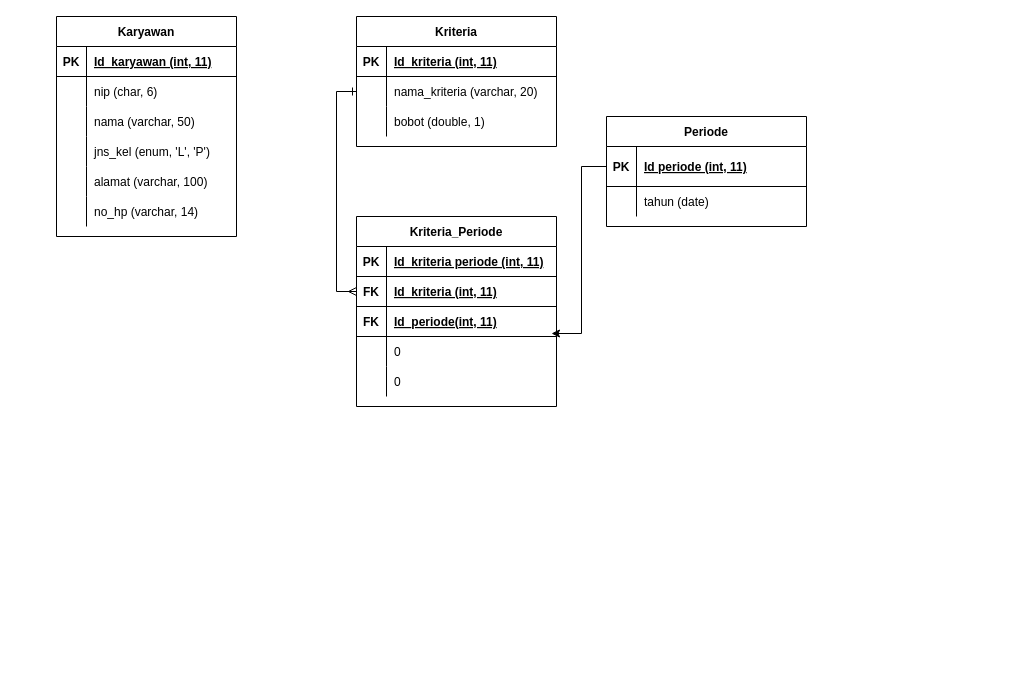
Before: page "Relasi Tabel" (5 of 5) of 19.230.0038 -Digna Amalia P.drawio in AmaliaP123/spk-saw, a draw.io diagram. Source tidied: cells renumbered, new cells numbered last; positions are measured from the earlier drawing's top-left corner, leaving out a move shared by most shapes. Both pictures are drawn from the tidied source at 100%, with x=0, y=0 at pixel (56, 16).
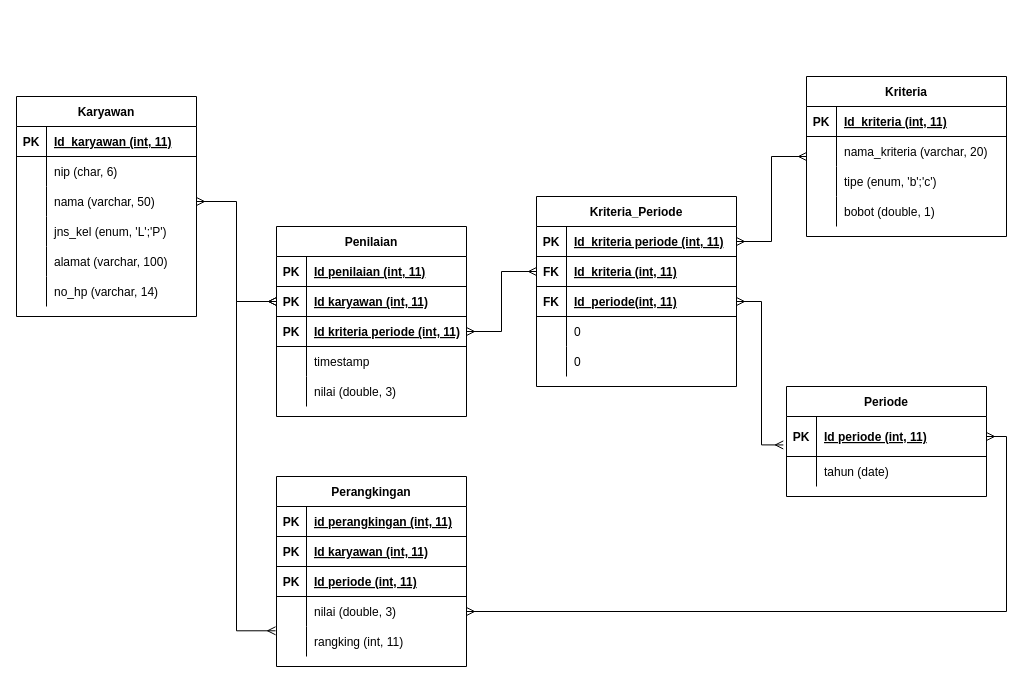
The same diagram, later.

The change refers to these unchanged cells:
```xml
<mxCell id="9" style="shape=partialRectangle;fillColor=none;top=0;left=0;bottom=0;right=0;points=[[0,0.5],[1,0.5]];portConstraint=eastwest;" parent="2" vertex="1">
  <mxGeometry y="90" width="180" height="30" as="geometry" />
</mxCell>
<mxCell id="12" style="shape=partialRectangle;fillColor=none;top=0;left=0;bottom=0;right=0;" parent="2" vertex="1">
  <mxGeometry y="120" width="180" height="30" as="geometry" />
</mxCell>
<mxCell id="32" style="shape=partialRectangle;fillColor=none;top=0;left=0;bottom=1;right=0;points=[[0,0.5],[1,0.5]];portConstraint=eastwest;" parent="31" vertex="1">
  <mxGeometry y="30" width="200" height="40" as="geometry" />
</mxCell>
<mxCell id="39" style="shape=partialRectangle;fillColor=none;top=0;left=0;bottom=1;right=0;points=[[0,0.5],[1,0.5]];portConstraint=eastwest;" parent="38" vertex="1">
  <mxGeometry y="30" width="200" height="30" as="geometry" />
</mxCell>
<mxCell id="42" style="shape=partialRectangle;fillColor=none;top=0;left=0;bottom=1;right=0;points=[[0,0.5],[1,0.5]];portConstraint=eastwest;" parent="38" vertex="1">
  <mxGeometry y="60" width="200" height="30" as="geometry" />
</mxCell>
<mxCell id="45" style="shape=partialRectangle;fillColor=none;top=0;left=0;bottom=1;right=0;points=[[0,0.5],[1,0.5]];portConstraint=eastwest;" parent="38" vertex="1">
  <mxGeometry y="90" width="200" height="30" as="geometry" />
</mxCell>
<mxCell id="48" style="shape=partialRectangle;fillColor=none;top=0;left=0;bottom=0;right=0;points=[[0,0.5],[1,0.5]];portConstraint=eastwest;" parent="38" vertex="1">
  <mxGeometry y="120" width="200" height="30" as="geometry" />
</mxCell>
```

The edit, as a diff of the source:
```diff
@@
     <mxCell id="2" value="Karyawan" style="shape=table;startSize=30;childLayout=tableLayout;rowLines=0;fontStyle=1;align=center;" parent="1" vertex="1">
-      <mxGeometry width="180" height="220" as="geometry" />
+      <mxGeometry x="-40" y="80" width="180" height="220" as="geometry" />
     </mxCell>
@@
-    <mxCell id="14" value="jns_kel (enum, 'L', 'P')" style="shape=partialRectangle;fillColor=none;top=0;left=0;bottom=0;right=0;align=left;spacingLeft=6;overflow=hidden;" parent="12" vertex="1">
+    <mxCell id="14" value="jns_kel (enum, 'L';'P')" style="shape=partialRectangle;fillColor=none;top=0;left=0;bottom=0;right=0;align=left;spacingLeft=6;overflow=hidden;" parent="12" vertex="1">
       <mxGeometry x="30" width="150" height="30" as="geometry" />
     </mxCell>
@@
+    <mxCell id="56" style="edgeStyle=orthogonalEdgeStyle;rounded=0;jettySize=auto;html=1;entryX=1;entryY=0.5;entryDx=0;entryDy=0;startArrow=ERmany;startFill=0;endArrow=ERmany;endFill=0;" parent="1" edge="1" source="21" target="39">
+      <mxGeometry relative="1" as="geometry" />
+    </mxCell>
     <mxCell id="21" value="Kriteria" style="shape=table;startSize=30;childLayout=tableLayout;rowLines=0;fontStyle=1;align=center;" parent="1" vertex="1">
-      <mxGeometry x="300" width="200" height="130" as="geometry" />
+      <mxGeometry x="750" y="60" width="200" height="160" as="geometry" />
     </mxCell>
@@
+    <mxCell id="57" style="shape=partialRectangle;fillColor=none;top=0;left=0;bottom=0;right=0;" parent="21" vertex="1">
+      <mxGeometry y="60" width="200" height="30" as="geometry" />
+    </mxCell>
+    <mxCell id="58" style="shape=partialRectangle;fillColor=none;top=0;left=0;bottom=0;right=0;overflow=hidden;" parent="57" vertex="1">
+      <mxGeometry width="30" height="30" as="geometry" />
+    </mxCell>
+    <mxCell id="59" value="nama_kriteria (varchar, 20)" style="shape=partialRectangle;fillColor=none;top=0;left=0;bottom=0;right=0;align=left;spacingLeft=6;overflow=hidden;" parent="57" vertex="1">
+      <mxGeometry x="30" width="170" height="30" as="geometry" />
+    </mxCell>
     <mxCell id="25" style="shape=partialRectangle;fillColor=none;top=0;left=0;bottom=0;right=0;points=[[0,0.5],[1,0.5]];portConstraint=eastwest;" parent="21" vertex="1">
-      <mxGeometry y="60" width="200" height="30" as="geometry" />
+      <mxGeometry y="90" width="200" height="30" as="geometry" />
     </mxCell>
@@
-    <mxCell id="27" value="nama_kriteria (varchar, 20)" style="shape=partialRectangle;fillColor=none;top=0;left=0;bottom=0;right=0;align=left;spacingLeft=6;overflow=hidden;" parent="25" vertex="1">
+    <mxCell id="27" value="tipe (enum, 'b';'c')" style="shape=partialRectangle;fillColor=none;top=0;left=0;bottom=0;right=0;align=left;spacingLeft=6;overflow=hidden;" parent="25" vertex="1">
       <mxGeometry x="30" width="170" height="30" as="geometry" />
     </mxCell>
     <mxCell id="28" style="shape=partialRectangle;fillColor=none;top=0;left=0;bottom=0;right=0;" parent="21" vertex="1">
-      <mxGeometry y="90" width="200" height="30" as="geometry" />
+      <mxGeometry y="120" width="200" height="30" as="geometry" />
     </mxCell>
@@
     <mxCell id="31" value="Periode" style="shape=table;startSize=30;childLayout=tableLayout;rowLines=0;fontStyle=1;align=center;" parent="1" vertex="1">
-      <mxGeometry x="550" y="100" width="200" height="110" as="geometry" />
+      <mxGeometry x="730" y="370" width="200" height="110" as="geometry" />
     </mxCell>
@@
     <mxCell id="38" value="Kriteria_Periode" style="shape=table;startSize=30;childLayout=tableLayout;rowLines=0;fontStyle=1;align=center;" parent="1" vertex="1">
-      <mxGeometry x="300" y="200" width="200" height="190" as="geometry" />
+      <mxGeometry x="480" y="180" width="200" height="190" as="geometry" />
     </mxCell>
@@
-    <mxCell id="54" style="edgeStyle=orthogonalEdgeStyle;rounded=0;jettySize=auto;html=1;exitX=0;exitY=0.5;exitDx=0;exitDy=0;entryX=0;entryY=0.5;entryDx=0;entryDy=0;endArrow=ERone;endFill=0;startArrow=ERmany;startFill=0;" parent="1" edge="1" source="42" target="25">
-      <mxGeometry relative="1" as="geometry" />
-    </mxCell>
-    <mxCell id="55" style="edgeStyle=orthogonalEdgeStyle;rounded=0;jettySize=auto;html=1;entryX=0.975;entryY=-0.1;entryDx=0;entryDy=0;entryPerimeter=0;" parent="1" edge="1" source="32" target="48">
-      <mxGeometry relative="1" as="geometry" />
-    </mxCell>
+    <mxCell id="60" value="Penilaian" style="shape=table;startSize=30;childLayout=tableLayout;rowLines=0;fontStyle=1;align=center;" parent="1" vertex="1">
+      <mxGeometry x="220" y="210" width="190" height="190" as="geometry" />
+    </mxCell>
+    <mxCell id="61" style="shape=partialRectangle;fillColor=none;top=0;left=0;bottom=1;right=0;" parent="60" vertex="1">
+      <mxGeometry y="30" width="190" height="30" as="geometry" />
+    </mxCell>
+    <mxCell id="62" value="PK" style="shape=partialRectangle;fillColor=none;top=0;left=0;bottom=0;right=0;fontStyle=1;overflow=hidden;" parent="61" vertex="1">
+      <mxGeometry width="30" height="30" as="geometry" />
+    </mxCell>
+    <mxCell id="63" value="Id penilaian (int, 11)" style="shape=partialRectangle;fillColor=none;top=0;left=0;bottom=0;right=0;align=left;spacingLeft=6;fontStyle=5;overflow=hidden;" parent="61" vertex="1">
+      <mxGeometry x="30" width="160" height="30" as="geometry" />
+    </mxCell>
+    <mxCell id="64" style="shape=partialRectangle;fillColor=none;top=0;left=0;bottom=1;right=0;points=[[0,0.5],[1,0.5]];portConstraint=eastwest;" parent="60" vertex="1">
+      <mxGeometry y="60" width="190" height="30" as="geometry" />
+    </mxCell>
+    <mxCell id="65" value="PK" style="shape=partialRectangle;fillColor=none;top=0;left=0;bottom=0;right=0;fontStyle=1;overflow=hidden;" parent="64" vertex="1">
+      <mxGeometry width="30" height="30" as="geometry" />
+    </mxCell>
+    <mxCell id="66" value="Id karyawan (int, 11)" style="shape=partialRectangle;fillColor=none;top=0;left=0;bottom=0;right=0;align=left;spacingLeft=6;fontStyle=5;overflow=hidden;" parent="64" vertex="1">
+      <mxGeometry x="30" width="160" height="30" as="geometry" />
+    </mxCell>
+    <mxCell id="67" style="shape=partialRectangle;fillColor=none;top=0;left=0;bottom=1;right=0;points=[[0,0.5],[1,0.5]];portConstraint=eastwest;" parent="60" vertex="1">
+      <mxGeometry y="90" width="190" height="30" as="geometry" />
+    </mxCell>
+    <mxCell id="68" value="PK" style="shape=partialRectangle;fillColor=none;top=0;left=0;bottom=0;right=0;fontStyle=1;overflow=hidden;" parent="67" vertex="1">
+      <mxGeometry width="30" height="30" as="geometry" />
+    </mxCell>
+    <mxCell id="69" value="Id kriteria periode (int, 11)" style="shape=partialRectangle;fillColor=none;top=0;left=0;bottom=0;right=0;align=left;spacingLeft=6;fontStyle=5;overflow=hidden;" parent="67" vertex="1">
+      <mxGeometry x="30" width="160" height="30" as="geometry" />
+    </mxCell>
+    <mxCell id="70" style="shape=partialRectangle;fillColor=none;top=0;left=0;bottom=0;right=0;" parent="60" vertex="1">
+      <mxGeometry y="120" width="190" height="30" as="geometry" />
+    </mxCell>
+    <mxCell id="71" style="shape=partialRectangle;fillColor=none;top=0;left=0;bottom=0;right=0;overflow=hidden;" parent="70" vertex="1">
+      <mxGeometry width="30" height="30" as="geometry" />
+    </mxCell>
+    <mxCell id="72" value="timestamp" style="shape=partialRectangle;fillColor=none;top=0;left=0;bottom=0;right=0;align=left;spacingLeft=6;overflow=hidden;" parent="70" vertex="1">
+      <mxGeometry x="30" width="160" height="30" as="geometry" />
+    </mxCell>
+    <mxCell id="73" style="shape=partialRectangle;fillColor=none;top=0;left=0;bottom=0;right=0;" parent="60" vertex="1">
+      <mxGeometry y="150" width="190" height="30" as="geometry" />
+    </mxCell>
+    <mxCell id="74" style="shape=partialRectangle;fillColor=none;top=0;left=0;bottom=0;right=0;overflow=hidden;" parent="73" vertex="1">
+      <mxGeometry width="30" height="30" as="geometry" />
+    </mxCell>
+    <mxCell id="75" value="nilai (double, 3)" style="shape=partialRectangle;fillColor=none;top=0;left=0;bottom=0;right=0;align=left;spacingLeft=6;overflow=hidden;" parent="73" vertex="1">
+      <mxGeometry x="30" width="160" height="30" as="geometry" />
+    </mxCell>
+    <mxCell id="76" value="Perangkingan" style="shape=table;startSize=30;childLayout=tableLayout;rowLines=0;fontStyle=1;align=center;" parent="1" vertex="1">
+      <mxGeometry x="220" y="460" width="190" height="190" as="geometry" />
+    </mxCell>
+    <mxCell id="77" style="shape=partialRectangle;fillColor=none;top=0;left=0;bottom=1;right=0;" parent="76" vertex="1">
+      <mxGeometry y="30" width="190" height="30" as="geometry" />
+    </mxCell>
+    <mxCell id="78" value="PK" style="shape=partialRectangle;fillColor=none;top=0;left=0;bottom=0;right=0;fontStyle=1;overflow=hidden;" parent="77" vertex="1">
+      <mxGeometry width="30" height="30" as="geometry" />
+    </mxCell>
+    <mxCell id="79" value="id perangkingan (int, 11)" style="shape=partialRectangle;fillColor=none;top=0;left=0;bottom=0;right=0;align=left;spacingLeft=6;fontStyle=5;overflow=hidden;" parent="77" vertex="1">
+      <mxGeometry x="30" width="160" height="30" as="geometry" />
+    </mxCell>
+    <mxCell id="80" style="shape=partialRectangle;fillColor=none;top=0;left=0;bottom=1;right=0;" parent="76" vertex="1">
+      <mxGeometry y="60" width="190" height="30" as="geometry" />
+    </mxCell>
+    <mxCell id="81" value="PK" style="shape=partialRectangle;fillColor=none;top=0;left=0;bottom=0;right=0;fontStyle=1;overflow=hidden;" parent="80" vertex="1">
+      <mxGeometry width="30" height="30" as="geometry" />
+    </mxCell>
+    <mxCell id="82" value="Id karyawan (int, 11)" style="shape=partialRectangle;fillColor=none;top=0;left=0;bottom=0;right=0;align=left;spacingLeft=6;fontStyle=5;overflow=hidden;" parent="80" vertex="1">
+      <mxGeometry x="30" width="160" height="30" as="geometry" />
+    </mxCell>
+    <mxCell id="83" style="shape=partialRectangle;fillColor=none;top=0;left=0;bottom=1;right=0;" parent="76" vertex="1">
+      <mxGeometry y="90" width="190" height="30" as="geometry" />
+    </mxCell>
+    <mxCell id="84" value="PK" style="shape=partialRectangle;fillColor=none;top=0;left=0;bottom=0;right=0;fontStyle=1;overflow=hidden;" parent="83" vertex="1">
+      <mxGeometry width="30" height="30" as="geometry" />
+    </mxCell>
+    <mxCell id="85" value="Id periode (int, 11)" style="shape=partialRectangle;fillColor=none;top=0;left=0;bottom=0;right=0;align=left;spacingLeft=6;fontStyle=5;overflow=hidden;" parent="83" vertex="1">
+      <mxGeometry x="30" width="160" height="30" as="geometry" />
+    </mxCell>
+    <mxCell id="86" style="shape=partialRectangle;fillColor=none;top=0;left=0;bottom=0;right=0;points=[[0,0.5],[1,0.5]];portConstraint=eastwest;" parent="76" vertex="1">
+      <mxGeometry y="120" width="190" height="30" as="geometry" />
+    </mxCell>
+    <mxCell id="87" style="shape=partialRectangle;fillColor=none;top=0;left=0;bottom=0;right=0;overflow=hidden;" parent="86" vertex="1">
+      <mxGeometry width="30" height="30" as="geometry" />
+    </mxCell>
+    <mxCell id="88" value="nilai (double, 3)" style="shape=partialRectangle;fillColor=none;top=0;left=0;bottom=0;right=0;align=left;spacingLeft=6;overflow=hidden;" parent="86" vertex="1">
+      <mxGeometry x="30" width="160" height="30" as="geometry" />
+    </mxCell>
+    <mxCell id="89" style="shape=partialRectangle;fillColor=none;top=0;left=0;bottom=0;right=0;points=[[0,0.5],[1,0.5]];portConstraint=eastwest;" parent="76" vertex="1">
+      <mxGeometry y="150" width="190" height="30" as="geometry" />
+    </mxCell>
+    <mxCell id="90" style="shape=partialRectangle;fillColor=none;top=0;left=0;bottom=0;right=0;overflow=hidden;" parent="89" vertex="1">
+      <mxGeometry width="30" height="30" as="geometry" />
+    </mxCell>
+    <mxCell id="91" value="rangking (int, 11)" style="shape=partialRectangle;fillColor=none;top=0;left=0;bottom=0;right=0;align=left;spacingLeft=6;overflow=hidden;" parent="89" vertex="1">
+      <mxGeometry x="30" width="160" height="30" as="geometry" />
+    </mxCell>
+    <mxCell id="92" style="edgeStyle=orthogonalEdgeStyle;rounded=0;jettySize=auto;html=1;startArrow=ERmany;startFill=0;endArrow=ERmany;endFill=0;entryX=0;entryY=0.5;entryDx=0;entryDy=0;" parent="1" edge="1" source="9" target="64">
+      <mxGeometry relative="1" as="geometry" />
+    </mxCell>
+    <mxCell id="93" style="edgeStyle=orthogonalEdgeStyle;rounded=0;jettySize=auto;html=1;entryX=-0.005;entryY=0.143;entryDx=0;entryDy=0;entryPerimeter=0;startArrow=ERmany;startFill=0;endArrow=ERmany;endFill=0;" parent="1" edge="1" source="64" target="89">
+      <mxGeometry relative="1" as="geometry">
+        <Array as="points">
+          <mxPoint x="180" y="285" />
+          <mxPoint x="180" y="614" />
+        </Array>
+      </mxGeometry>
+    </mxCell>
+    <mxCell id="94" style="edgeStyle=orthogonalEdgeStyle;rounded=0;jettySize=auto;html=1;entryX=1;entryY=0.5;entryDx=0;entryDy=0;startArrow=ERmany;startFill=0;endArrow=ERmany;endFill=0;" parent="1" edge="1" source="42" target="67">
+      <mxGeometry relative="1" as="geometry" />
+    </mxCell>
+    <mxCell id="95" style="edgeStyle=orthogonalEdgeStyle;rounded=0;jettySize=auto;html=1;entryX=-0.016;entryY=0.711;entryDx=0;entryDy=0;entryPerimeter=0;startArrow=ERmany;startFill=0;endArrow=ERmany;endFill=0;" parent="1" edge="1" source="45" target="32">
+      <mxGeometry relative="1" as="geometry" />
+    </mxCell>
+    <mxCell id="96" style="edgeStyle=orthogonalEdgeStyle;rounded=0;jettySize=auto;html=1;entryX=1;entryY=0.5;entryDx=0;entryDy=0;startArrow=ERmany;startFill=0;endArrow=ERmany;endFill=0;" parent="1" edge="1" source="32" target="86">
+      <mxGeometry relative="1" as="geometry">
+        <Array as="points">
+          <mxPoint x="950" y="420" />
+          <mxPoint x="950" y="595" />
+        </Array>
+      </mxGeometry>
+    </mxCell>
```
